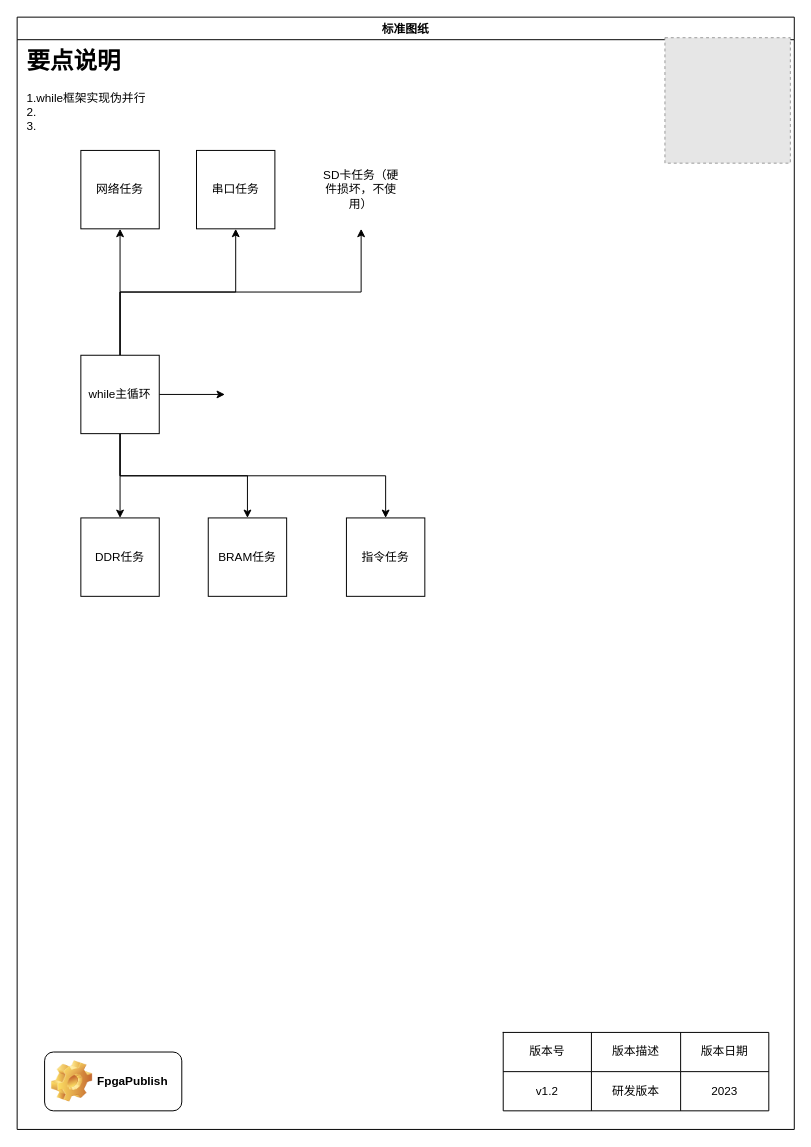
FpgaPublish/k0_smart_eye keeps this draw.io diagram as page "子系统-PS算法" (3 of 4) of smart_eye_exec_flow/smart_eye_flow_mannual_v1_2.drawio. Above is the earlier version. Source tidied: cells renumbered, new cells numbered last; positions are measured from the earlier drawing's top-left corner, leaving out a move shared by most shapes. Both pictures are drawn from the tidied source at 98%, with x=0, y=0 at pixel (17, 17). Pictures stored in the file or linked from it are replaced by grey dashed boxes.
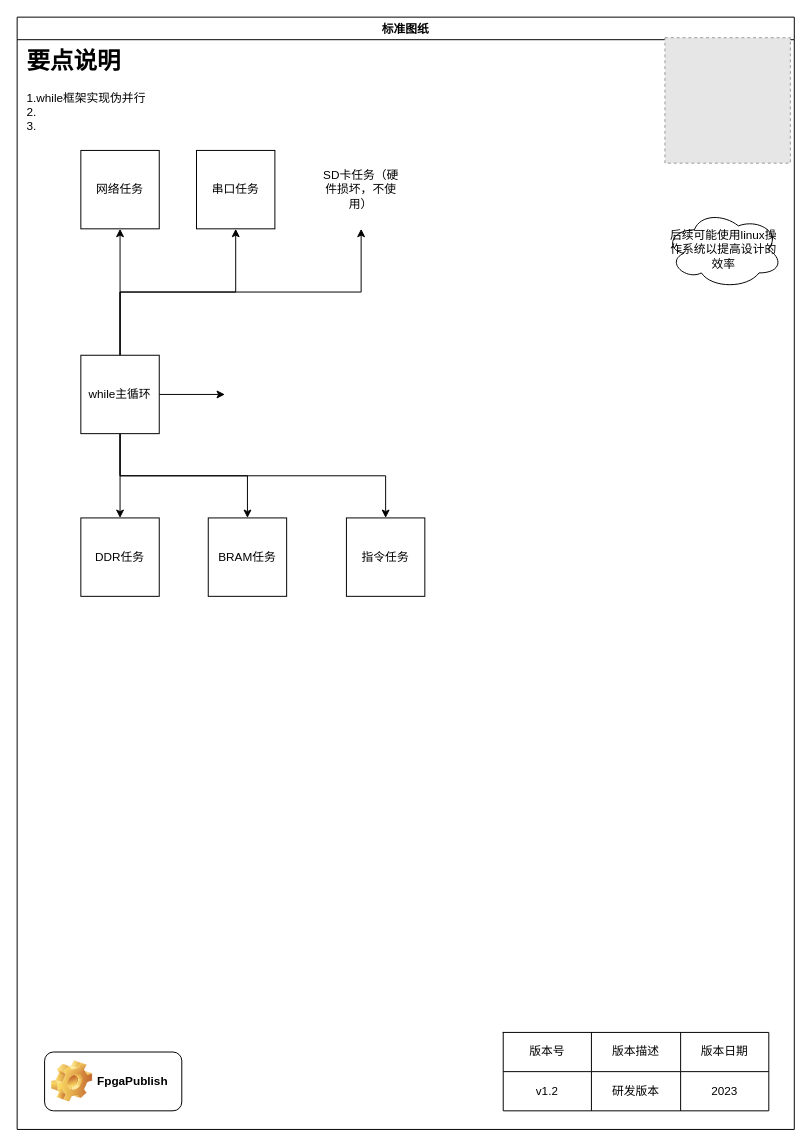
Above is the later version.

Unchanged cells that the change refers to:
```xml
<mxCell id="2" value="标准图纸" style="swimlane;startSize=23;" parent="1" vertex="1">
  <mxGeometry width="793" height="1135" as="geometry" />
</mxCell>
```

Diff of the diagram source:
```diff
@@
+    <mxCell id="30" value="后续可能使用linux操作系统以提高设计的效率" style="ellipse;shape=cloud;whiteSpace=wrap;html=1;" parent="2" vertex="1">
+      <mxGeometry x="661" y="197" width="120" height="80" as="geometry" />
+    </mxCell>
```
